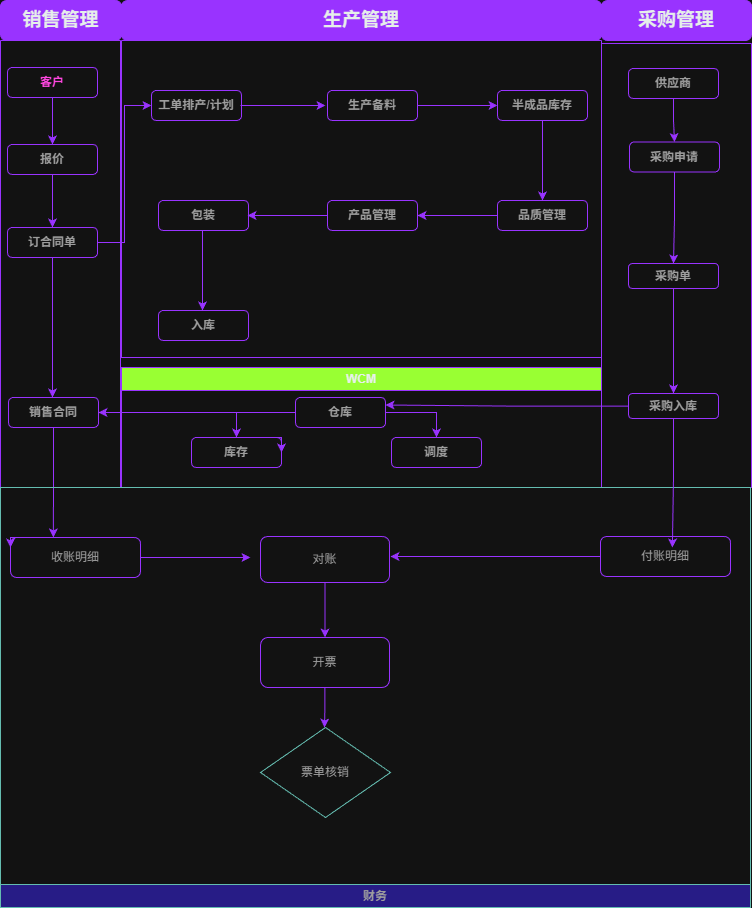
jack-ningtz/KatolecService keeps this draw.io diagram as Service.png. Above is the earlier version. Source tidied: cells renumbered, new cells last; positions are measured from the earlier drawing's top-left corner, leaving out a move shared by most shapes. Source of this version:
```xml
<mxGraphModel>
  <root>
    <mxCell id="0" />
    <mxCell id="1" parent="0" />
    <mxCell id="2" style="swimlane;startSize=0;fontSize=12;textShadow=1;labelBorderColor=default;labelBackgroundColor=none;fontStyle=4;fillColor=none;strokeColor=light-dark(#006658,#9933FF);fontColor=#5C5C5C;" parent="1" vertex="1">
      <mxGeometry x="121" y="40" width="480" height="317" as="geometry" />
    </mxCell>
    <mxCell id="3" style="edgeStyle=orthogonalEdgeStyle;rounded=0;orthogonalLoop=1;jettySize=auto;html=1;labelBackgroundColor=none;strokeColor=light-dark(#006658,#9933FF);fontColor=default;" parent="2" edge="1">
      <mxGeometry relative="1" as="geometry">
        <mxPoint x="119" y="65" as="sourcePoint" />
        <mxPoint x="204" y="65" as="targetPoint" />
      </mxGeometry>
    </mxCell>
    <mxCell id="4" value="&lt;b&gt;工单排产/计划&lt;/b&gt;" style="rounded=1;whiteSpace=wrap;html=1;fillStyle=auto;fontColor=#5C5C5C;labelBackgroundColor=none;fontFamily=Helvetica;fillColor=light-dark(#21C0A5,transparent);strokeColor=light-dark(#006658,#9933FF);" parent="2" vertex="1">
      <mxGeometry x="30" y="50" width="90" height="30" as="geometry" />
    </mxCell>
    <mxCell id="5" style="edgeStyle=orthogonalEdgeStyle;rounded=0;jettySize=auto;html=1;labelBackgroundColor=none;strokeColor=light-dark(#006658,#9933FF);fontColor=default;" parent="2" edge="1" source="6" target="8">
      <mxGeometry relative="1" as="geometry" />
    </mxCell>
    <mxCell id="6" value="&lt;b&gt;生产备料&lt;/b&gt;" style="rounded=1;whiteSpace=wrap;html=1;fillStyle=auto;fontColor=#5C5C5C;labelBackgroundColor=none;fontFamily=Helvetica;fillColor=light-dark(#21C0A5,transparent);strokeColor=light-dark(#006658,#9933FF);" parent="2" vertex="1">
      <mxGeometry x="206" y="50" width="90" height="30" as="geometry" />
    </mxCell>
    <mxCell id="7" style="edgeStyle=orthogonalEdgeStyle;rounded=0;jettySize=auto;html=1;labelBackgroundColor=none;strokeColor=light-dark(#006658,#9933FF);fontColor=default;" parent="2" edge="1" source="8" target="10">
      <mxGeometry relative="1" as="geometry" />
    </mxCell>
    <mxCell id="8" value="&lt;b&gt;半成品库存&lt;/b&gt;" style="rounded=1;whiteSpace=wrap;html=1;fillStyle=auto;fontColor=#5C5C5C;labelBackgroundColor=none;fontFamily=Helvetica;fillColor=light-dark(#21C0A5,transparent);strokeColor=light-dark(#006658,#9933FF);" parent="2" vertex="1">
      <mxGeometry x="376" y="50" width="90" height="30" as="geometry" />
    </mxCell>
    <mxCell id="9" style="edgeStyle=orthogonalEdgeStyle;rounded=0;jettySize=auto;html=1;labelBackgroundColor=none;strokeColor=light-dark(#006658,#9933FF);fontColor=default;" parent="2" edge="1" source="10" target="12">
      <mxGeometry relative="1" as="geometry" />
    </mxCell>
    <mxCell id="10" value="&lt;b&gt;品质管理&lt;/b&gt;" style="rounded=1;whiteSpace=wrap;html=1;fillStyle=auto;fontColor=#5C5C5C;labelBackgroundColor=none;fontFamily=Helvetica;fillColor=light-dark(#21C0A5,transparent);strokeColor=light-dark(#006658,#9933FF);" parent="2" vertex="1">
      <mxGeometry x="376" y="160" width="90" height="30" as="geometry" />
    </mxCell>
    <mxCell id="11" style="edgeStyle=orthogonalEdgeStyle;rounded=0;jettySize=auto;html=1;labelBackgroundColor=none;strokeColor=light-dark(#006658,#9933FF);fontColor=default;" parent="2" edge="1" source="12">
      <mxGeometry relative="1" as="geometry">
        <mxPoint x="126" y="175" as="targetPoint" />
      </mxGeometry>
    </mxCell>
    <mxCell id="12" value="&lt;b&gt;产品管理&lt;/b&gt;" style="rounded=1;whiteSpace=wrap;html=1;fillStyle=auto;fontColor=#5C5C5C;labelBackgroundColor=none;fontFamily=Helvetica;fillColor=light-dark(#21C0A5,transparent);strokeColor=light-dark(#006658,#9933FF);" parent="2" vertex="1">
      <mxGeometry x="206" y="160" width="90" height="30" as="geometry" />
    </mxCell>
    <mxCell id="13" style="edgeStyle=orthogonalEdgeStyle;rounded=0;orthogonalLoop=1;jettySize=auto;html=1;labelBackgroundColor=none;strokeColor=light-dark(#006658,#9933FF);fontColor=default;" parent="2" edge="1">
      <mxGeometry relative="1" as="geometry">
        <mxPoint x="81" y="190" as="sourcePoint" />
        <mxPoint x="81" y="270" as="targetPoint" />
      </mxGeometry>
    </mxCell>
    <mxCell id="14" value="&lt;b&gt;包装&lt;/b&gt;" style="rounded=1;whiteSpace=wrap;html=1;fillStyle=auto;fontColor=#5C5C5C;labelBackgroundColor=none;fontFamily=Helvetica;fillColor=light-dark(#21C0A5,transparent);strokeColor=light-dark(#006658,#9933FF);" parent="2" vertex="1">
      <mxGeometry x="37" y="160" width="90" height="30" as="geometry" />
    </mxCell>
    <mxCell id="15" value="&lt;b&gt;入库&lt;/b&gt;" style="rounded=1;whiteSpace=wrap;html=1;fillStyle=auto;fontColor=#5C5C5C;labelBackgroundColor=none;fontFamily=Helvetica;fillColor=light-dark(#21C0A5,transparent);strokeColor=light-dark(#006658,#9933FF);" parent="2" vertex="1">
      <mxGeometry x="37" y="270" width="90" height="30" as="geometry" />
    </mxCell>
    <mxCell id="16" value="&lt;font style=&quot;font-size: 19px;&quot;&gt;生产管理&lt;/font&gt;" style="rounded=1;whiteSpace=wrap;html=1;fillStyle=auto;fontColor=light-dark(#5C5C5C, #e6efea);labelBackgroundColor=none;fillColor=light-dark(#21C0A5,#9933FF);strokeColor=light-dark(#006658,#9933FF);fontStyle=1;" parent="1" vertex="1">
      <mxGeometry x="121" width="480" height="40" as="geometry" />
    </mxCell>
    <mxCell id="17" style="swimlane;startSize=0;labelBackgroundColor=none;fillColor=#21C0A5;strokeColor=light-dark(#006658,#9933FF);fontColor=#5C5C5C;" parent="1" vertex="1" collapsed="1">
      <mxGeometry y="40" width="120" height="447" as="geometry" />
    </mxCell>
    <mxCell id="18" style="edgeStyle=orthogonalEdgeStyle;rounded=0;jettySize=auto;html=1;strokeColor=light-dark(#006658,#9933FF);fontColor=#5C5C5C;fillColor=#21C0A5;labelBackgroundColor=none;" parent="1" edge="1" source="19" target="23">
      <mxGeometry relative="1" as="geometry" />
    </mxCell>
    <mxCell id="19" value="&lt;b&gt;&lt;font style=&quot;color: light-dark(rgb(0, 0, 0), rgb(255, 70, 224)); --darkreader-inline-color: var(--darkreader-text-ff46e0, #ff4be1);&quot;&gt;客户&lt;/font&gt;&lt;/b&gt;" style="rounded=1;whiteSpace=wrap;html=1;fillStyle=auto;fontColor=light-dark(#5C5C5C,#E6EFEA);labelBackgroundColor=none;fontFamily=Helvetica;fillColor=none;strokeColor=light-dark(#006658,#9933FF);" parent="1" vertex="1">
      <mxGeometry x="7" y="67" width="90" height="30" as="geometry" />
    </mxCell>
    <mxCell id="20" value="&lt;span&gt;WCM&lt;/span&gt;" style="swimlane;whiteSpace=wrap;html=1;labelBackgroundColor=none;fillColor=light-dark(#21C0A5,#99FF33);strokeColor=light-dark(#006658,#9933FF);fontColor=light-dark(#5C5C5C,#E6EFEA);" parent="1" vertex="1">
      <mxGeometry x="121" y="367" width="480" height="120" as="geometry" />
    </mxCell>
    <mxCell id="21" value="&lt;b&gt;仓库&lt;/b&gt;" style="rounded=1;whiteSpace=wrap;html=1;fillStyle=auto;fontColor=#5C5C5C;labelBackgroundColor=none;fontFamily=Helvetica;fillColor=light-dark(#21C0A5,transparent);strokeColor=light-dark(#006658,#9933FF);" parent="20" vertex="1">
      <mxGeometry x="174" y="30" width="90" height="30" as="geometry" />
    </mxCell>
    <mxCell id="22" style="edgeStyle=orthogonalEdgeStyle;rounded=0;jettySize=auto;html=1;strokeColor=light-dark(#006658,#9933FF);fontColor=#5C5C5C;fillColor=#21C0A5;labelBackgroundColor=none;" parent="1" edge="1" source="23" target="26">
      <mxGeometry relative="1" as="geometry" />
    </mxCell>
    <mxCell id="23" value="&lt;b&gt;报价&lt;/b&gt;" style="rounded=1;whiteSpace=wrap;html=1;fillStyle=auto;fontColor=#5C5C5C;labelBackgroundColor=none;fontFamily=Helvetica;fillColor=light-dark(#21C0A5,transparent);strokeColor=light-dark(#006658,#9933FF);" parent="1" vertex="1">
      <mxGeometry x="7" y="144" width="90" height="30" as="geometry" />
    </mxCell>
    <mxCell id="24" style="edgeStyle=orthogonalEdgeStyle;rounded=0;jettySize=auto;html=1;strokeColor=light-dark(#006658,#9933FF);fontColor=#5C5C5C;fillColor=#21C0A5;entryX=0;entryY=0.5;entryDx=0;entryDy=0;labelBackgroundColor=none;" parent="1" edge="1" source="26" target="4">
      <mxGeometry relative="1" as="geometry" />
    </mxCell>
    <mxCell id="25" style="edgeStyle=orthogonalEdgeStyle;rounded=0;jettySize=auto;html=1;strokeColor=light-dark(#006658,#9933FF);fontColor=#5C5C5C;fillColor=#21C0A5;labelBackgroundColor=none;" parent="1" edge="1" source="26">
      <mxGeometry relative="1" as="geometry">
        <mxPoint x="52" y="397" as="targetPoint" />
      </mxGeometry>
    </mxCell>
    <mxCell id="26" value="&lt;b&gt;订合同单&lt;/b&gt;" style="rounded=1;whiteSpace=wrap;html=1;fillStyle=auto;fontColor=#5C5C5C;labelBackgroundColor=none;fontFamily=Helvetica;fillColor=light-dark(#21C0A5,transparent);strokeColor=light-dark(#006658,#9933FF);" parent="1" vertex="1">
      <mxGeometry x="7" y="227" width="90" height="30" as="geometry" />
    </mxCell>
    <mxCell id="27" style="edgeStyle=orthogonalEdgeStyle;rounded=0;jettySize=auto;html=1;exitX=0.5;exitY=1;exitDx=0;exitDy=0;strokeColor=light-dark(#006658,#9933FF);fontColor=#5C5C5C;fillColor=#21C0A5;labelBackgroundColor=none;" parent="1" edge="1" source="28">
      <mxGeometry relative="1" as="geometry">
        <mxPoint x="52.9" y="537" as="targetPoint" />
      </mxGeometry>
    </mxCell>
    <mxCell id="28" value="&lt;b&gt;销售合同&lt;/b&gt;" style="rounded=1;whiteSpace=wrap;html=1;fillStyle=auto;fontColor=#5C5C5C;labelBackgroundColor=none;fontFamily=Helvetica;fillColor=light-dark(#21C0A5,transparent);strokeColor=light-dark(#006658,#9933FF);" parent="1" vertex="1">
      <mxGeometry x="8" y="397" width="90" height="30" as="geometry" />
    </mxCell>
    <mxCell id="29" value="&lt;font style=&quot;font-size: 19px;&quot;&gt;采购管理&lt;/font&gt;" style="rounded=1;whiteSpace=wrap;html=1;fillStyle=auto;fontColor=light-dark(#5C5C5C,#E6EFEA);labelBackgroundColor=none;fillColor=light-dark(#21C0A5,#9933FF);strokeColor=light-dark(#006658,#9933FF);fontStyle=1;" parent="1" vertex="1">
      <mxGeometry x="601" width="150" height="40" as="geometry" />
    </mxCell>
    <mxCell id="30" style="swimlane;startSize=0;strokeColor=light-dark(#006658,#9933FF);fontColor=#5C5C5C;fillColor=#21C0A5;labelBackgroundColor=none;" parent="1" vertex="1">
      <mxGeometry x="601" y="43" width="150" height="444" as="geometry" />
    </mxCell>
    <mxCell id="31" style="edgeStyle=orthogonalEdgeStyle;rounded=0;jettySize=auto;html=1;strokeColor=light-dark(#006658,#9933FF);fontColor=#5C5C5C;fillColor=#21C0A5;labelBackgroundColor=none;" parent="30" edge="1" source="32" target="34">
      <mxGeometry relative="1" as="geometry" />
    </mxCell>
    <mxCell id="32" value="&lt;b&gt;供应商&lt;/b&gt;" style="rounded=1;whiteSpace=wrap;html=1;fillStyle=auto;fontColor=#5C5C5C;labelBackgroundColor=none;fontFamily=Helvetica;fillColor=light-dark(#21C0A5,transparent);strokeColor=light-dark(#006658,#9933FF);" parent="30" vertex="1">
      <mxGeometry x="27" y="25" width="90" height="30" as="geometry" />
    </mxCell>
    <mxCell id="33" style="edgeStyle=orthogonalEdgeStyle;rounded=0;jettySize=auto;html=1;entryX=0.5;entryY=0;entryDx=0;entryDy=0;strokeColor=light-dark(#006658,#9933FF);fontColor=#5C5C5C;fillColor=#21C0A5;labelBackgroundColor=none;" parent="30" edge="1" source="34" target="36">
      <mxGeometry relative="1" as="geometry" />
    </mxCell>
    <mxCell id="34" value="&lt;b&gt;采购申请&lt;/b&gt;" style="rounded=1;whiteSpace=wrap;html=1;fillStyle=auto;fontColor=#5C5C5C;labelBackgroundColor=none;fontFamily=Helvetica;fillColor=light-dark(#21C0A5,transparent);strokeColor=light-dark(#006658,#9933FF);" parent="30" vertex="1">
      <mxGeometry x="28" y="98.5" width="90" height="30" as="geometry" />
    </mxCell>
    <mxCell id="35" style="edgeStyle=orthogonalEdgeStyle;rounded=0;jettySize=auto;html=1;exitX=0.5;exitY=1;exitDx=0;exitDy=0;entryX=0.5;entryY=0;entryDx=0;entryDy=0;strokeColor=light-dark(#006658,#9933FF);fontColor=#5C5C5C;fillColor=#21C0A5;labelBackgroundColor=none;" parent="30" edge="1" source="36" target="37">
      <mxGeometry relative="1" as="geometry" />
    </mxCell>
    <mxCell id="36" value="&lt;b&gt;采购单&lt;/b&gt;" style="rounded=1;whiteSpace=wrap;html=1;fillStyle=auto;fontColor=#5C5C5C;labelBackgroundColor=none;fontFamily=Helvetica;fillColor=light-dark(#21C0A5,transparent);strokeColor=light-dark(#006658,#9933FF);" parent="30" vertex="1">
      <mxGeometry x="27" y="220" width="90" height="25" as="geometry" />
    </mxCell>
    <mxCell id="37" value="&lt;b&gt;采购入库&lt;/b&gt;" style="rounded=1;whiteSpace=wrap;html=1;fillStyle=auto;fontColor=#5C5C5C;labelBackgroundColor=none;fontFamily=Helvetica;fillColor=light-dark(#21C0A5,transparent);strokeColor=light-dark(#006658,#9933FF);" parent="30" vertex="1">
      <mxGeometry x="27" y="350" width="90" height="25" as="geometry" />
    </mxCell>
    <mxCell id="38" value="&lt;b&gt;库存&lt;/b&gt;" style="rounded=1;whiteSpace=wrap;html=1;fillStyle=auto;fontColor=#5C5C5C;labelBackgroundColor=none;fontFamily=Helvetica;fillColor=light-dark(#21C0A5,transparent);strokeColor=light-dark(#006658,#9933FF);" parent="1" vertex="1">
      <mxGeometry x="191" y="437" width="90" height="30" as="geometry" />
    </mxCell>
    <mxCell id="39" value="&lt;b&gt;调度&lt;/b&gt;" style="rounded=1;whiteSpace=wrap;html=1;fillStyle=auto;fontColor=#5C5C5C;labelBackgroundColor=none;fontFamily=Helvetica;fillColor=light-dark(#21C0A5,transparent);strokeColor=light-dark(#006658,#9933FF);" parent="1" vertex="1">
      <mxGeometry x="391" y="437" width="90" height="30" as="geometry" />
    </mxCell>
    <mxCell id="40" style="edgeStyle=orthogonalEdgeStyle;rounded=0;orthogonalLoop=1;jettySize=auto;html=1;exitX=0.75;exitY=0;exitDx=0;exitDy=0;entryX=1;entryY=0.5;entryDx=0;entryDy=0;strokeColor=light-dark(#006658,#9933FF);fontColor=#5C5C5C;fillColor=#21C0A5;labelBackgroundColor=none;" parent="1" edge="1" source="38" target="38">
      <mxGeometry relative="1" as="geometry" />
    </mxCell>
    <mxCell id="41" style="edgeStyle=orthogonalEdgeStyle;rounded=0;jettySize=auto;html=1;strokeColor=light-dark(#006658,#9933FF);fontColor=#5C5C5C;fillColor=#21C0A5;labelBackgroundColor=none;" parent="1" edge="1" source="21" target="28">
      <mxGeometry relative="1" as="geometry" />
    </mxCell>
    <mxCell id="42" style="edgeStyle=orthogonalEdgeStyle;rounded=0;jettySize=auto;html=1;entryX=0.5;entryY=0;entryDx=0;entryDy=0;strokeColor=light-dark(#006658,#9933FF);fontColor=#5C5C5C;fillColor=#21C0A5;labelBackgroundColor=none;" parent="1" edge="1" source="21" target="39">
      <mxGeometry relative="1" as="geometry" />
    </mxCell>
    <mxCell id="43" style="edgeStyle=orthogonalEdgeStyle;rounded=0;jettySize=auto;html=1;strokeColor=light-dark(#006658,#9933FF);fontColor=#5C5C5C;fillColor=#21C0A5;labelBackgroundColor=none;" parent="1" edge="1" source="21" target="38">
      <mxGeometry relative="1" as="geometry" />
    </mxCell>
    <mxCell id="44" style="edgeStyle=orthogonalEdgeStyle;rounded=0;orthogonalLoop=1;jettySize=auto;html=1;exitX=0.5;exitY=1;exitDx=0;exitDy=0;strokeColor=light-dark(#006658,#9933FF);fontColor=#5C5C5C;fillColor=#21C0A5;labelBackgroundColor=none;" parent="1" edge="1" source="30" target="30">
      <mxGeometry relative="1" as="geometry" />
    </mxCell>
    <mxCell id="45" style="edgeStyle=orthogonalEdgeStyle;rounded=0;jettySize=auto;html=1;entryX=1;entryY=0.25;entryDx=0;entryDy=0;strokeColor=light-dark(#006658,#9933FF);fontColor=#5C5C5C;fillColor=#21C0A5;labelBackgroundColor=none;" parent="1" edge="1" source="37" target="21">
      <mxGeometry relative="1" as="geometry" />
    </mxCell>
    <mxCell id="46" value="财务" style="swimlane;whiteSpace=wrap;html=1;strokeColor=#006658;fontColor=#5C5C5C;fillColor=light-dark(#21C0A5,#271C86);direction=west;" parent="1" vertex="1">
      <mxGeometry y="487" width="750" height="420" as="geometry" />
    </mxCell>
    <mxCell id="47" style="edgeStyle=orthogonalEdgeStyle;rounded=0;jettySize=auto;html=1;strokeColor=light-dark(#006658,#9933FF);fontColor=#5C5C5C;fillColor=#21C0A5;labelBackgroundColor=none;" parent="46" edge="1" source="48">
      <mxGeometry relative="1" as="geometry">
        <mxPoint x="250" y="70" as="targetPoint" />
      </mxGeometry>
    </mxCell>
    <mxCell id="48" value="收账明细" style="rounded=1;whiteSpace=wrap;html=1;fillStyle=auto;fontColor=#5C5C5C;labelBackgroundColor=none;fontFamily=Helvetica;fillColor=light-dark(#21C0A5,transparent);strokeColor=light-dark(#006658,#9933FF);" parent="46" vertex="1">
      <mxGeometry x="10" y="50" width="130" height="40" as="geometry" />
    </mxCell>
    <mxCell id="49" style="edgeStyle=orthogonalEdgeStyle;rounded=0;orthogonalLoop=1;jettySize=auto;html=1;exitX=0.25;exitY=0;exitDx=0;exitDy=0;entryX=0;entryY=0.25;entryDx=0;entryDy=0;strokeColor=light-dark(#006658,#9933FF);fontColor=#5C5C5C;fillColor=#21C0A5;labelBackgroundColor=none;" parent="46" edge="1" source="48" target="48">
      <mxGeometry relative="1" as="geometry" />
    </mxCell>
    <mxCell id="50" style="edgeStyle=orthogonalEdgeStyle;rounded=0;jettySize=auto;html=1;strokeColor=light-dark(#006658,#9933FF);fontColor=#5C5C5C;fillColor=#21C0A5;labelBackgroundColor=none;" parent="46" edge="1" source="51" target="53">
      <mxGeometry relative="1" as="geometry" />
    </mxCell>
    <mxCell id="51" value="对账" style="rounded=1;whiteSpace=wrap;html=1;fillStyle=auto;fontColor=#5C5C5C;labelBackgroundColor=none;fontFamily=Helvetica;fillColor=light-dark(#21C0A5,transparent);strokeColor=light-dark(#006658,#9933FF);" parent="46" vertex="1">
      <mxGeometry x="260" y="49" width="129" height="46" as="geometry" />
    </mxCell>
    <mxCell id="52" style="edgeStyle=orthogonalEdgeStyle;rounded=0;jettySize=auto;html=1;strokeColor=light-dark(#006658,#9933FF);fontColor=#5C5C5C;fillColor=#21C0A5;labelBackgroundColor=none;" parent="46" edge="1" source="53">
      <mxGeometry relative="1" as="geometry">
        <mxPoint x="324" y="240" as="targetPoint" />
      </mxGeometry>
    </mxCell>
    <mxCell id="53" value="开票" style="rounded=1;whiteSpace=wrap;html=1;fillStyle=auto;fontColor=#5C5C5C;labelBackgroundColor=none;fontFamily=Helvetica;fillColor=light-dark(#21C0A5,transparent);strokeColor=light-dark(#006658,#9933FF);" parent="46" vertex="1">
      <mxGeometry x="260" y="150" width="129" height="50" as="geometry" />
    </mxCell>
    <mxCell id="54" value="票单核销" style="rhombus;whiteSpace=wrap;html=1;strokeColor=#006658;fontColor=#5C5C5C;fillColor=light-dark(#21C0A5,transparent);" parent="46" vertex="1">
      <mxGeometry x="260" y="240" width="130" height="90" as="geometry" />
    </mxCell>
    <mxCell id="55" style="edgeStyle=orthogonalEdgeStyle;rounded=0;jettySize=auto;html=1;strokeColor=light-dark(#006658,#9933FF);fontColor=#5C5C5C;fillColor=#21C0A5;labelBackgroundColor=none;" parent="46" edge="1" source="56">
      <mxGeometry relative="1" as="geometry">
        <mxPoint x="390" y="69" as="targetPoint" />
      </mxGeometry>
    </mxCell>
    <mxCell id="56" value="付账明细" style="rounded=1;whiteSpace=wrap;html=1;fillStyle=auto;fontColor=#5C5C5C;labelBackgroundColor=none;fontFamily=Helvetica;fillColor=light-dark(#21C0A5,transparent);strokeColor=light-dark(#006658,#9933FF);" parent="46" vertex="1">
      <mxGeometry x="600" y="49" width="130" height="40" as="geometry" />
    </mxCell>
    <mxCell id="57" style="edgeStyle=orthogonalEdgeStyle;rounded=0;jettySize=auto;html=1;exitX=0.5;exitY=1;exitDx=0;exitDy=0;entryX=0.553;entryY=0.275;entryDx=0;entryDy=0;entryPerimeter=0;strokeColor=light-dark(#006658,#9933FF);fontColor=#5C5C5C;fillColor=#21C0A5;labelBackgroundColor=none;" parent="1" edge="1" source="37" target="56">
      <mxGeometry relative="1" as="geometry" />
    </mxCell>
    <mxCell id="58" value="&lt;font style=&quot;font-size: 19px;&quot;&gt;销售管理&lt;/font&gt;" style="rounded=1;whiteSpace=wrap;html=1;fillStyle=auto;fontColor=light-dark(#5C5C5C,#E6EFEA);labelBackgroundColor=none;fillColor=light-dark(#21C0A5,#9933FF);strokeColor=light-dark(#006658,#9933FF);fontStyle=1;" parent="1" vertex="1">
      <mxGeometry width="121" height="40" as="geometry" />
    </mxCell>
  </root>
</mxGraphModel>
```
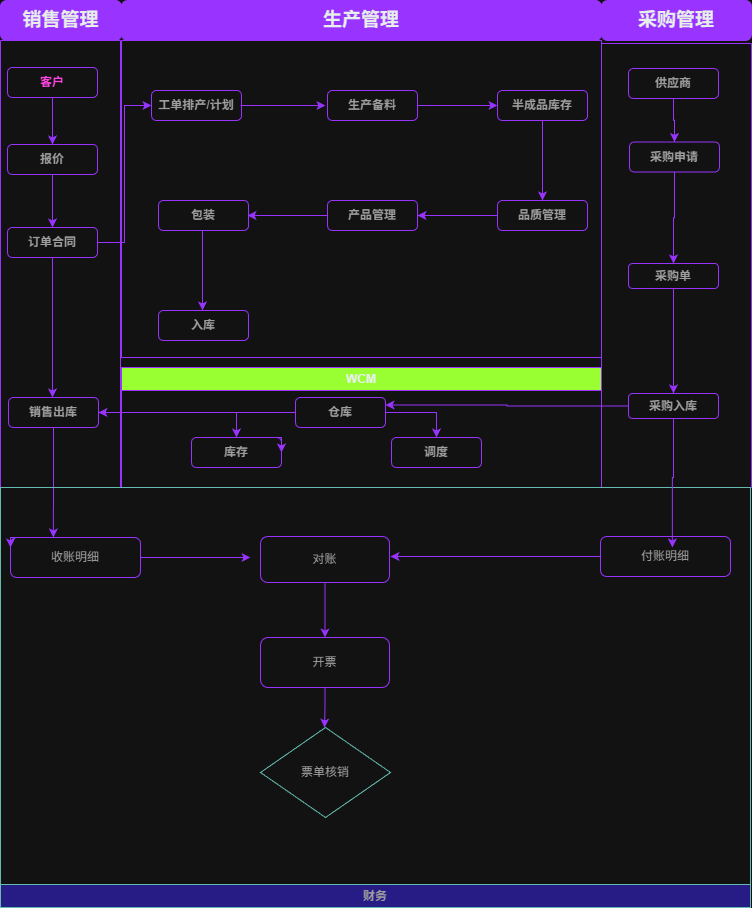
After the commit.

Diff of the diagram source:
```diff
@@ -84,7 +84,7 @@
         <mxPoint x="52" y="397" as="targetPoint" />
       </mxGeometry>
     </mxCell>
-    <mxCell id="26" value="&lt;b&gt;订合同单&lt;/b&gt;" style="rounded=1;whiteSpace=wrap;html=1;fillStyle=auto;fontColor=#5C5C5C;labelBackgroundColor=none;fontFamily=Helvetica;fillColor=light-dark(#21C0A5,transparent);strokeColor=light-dark(#006658,#9933FF);" parent="1" vertex="1">
+    <mxCell id="26" value="&lt;b&gt;订单&lt;/b&gt;&lt;b style=&quot;scrollbar-color: rgb(69, 74, 77) rgb(32, 35, 36); border-color: rgb(48, 52, 54) !important; --darkreader-inline-border-top: var(--darkreader-border-303436, #7b7265); --darkreader-inline-border-right: var(--darkreader-border-303436, #7b7265); --darkreader-inline-border-bottom: var(--darkreader-border-303436, #7b7265); --darkreader-inline-border-left: var(--darkreader-border-303436, #7b7265);&quot;&gt;合同&lt;/b&gt;" style="rounded=1;whiteSpace=wrap;html=1;fillStyle=auto;fontColor=#5C5C5C;labelBackgroundColor=none;fontFamily=Helvetica;fillColor=light-dark(#21C0A5,transparent);strokeColor=light-dark(#006658,#9933FF);" parent="1" vertex="1">
       <mxGeometry x="7" y="227" width="90" height="30" as="geometry" />
     </mxCell>
     <mxCell id="27" style="edgeStyle=orthogonalEdgeStyle;rounded=0;jettySize=auto;html=1;exitX=0.5;exitY=1;exitDx=0;exitDy=0;strokeColor=light-dark(#006658,#9933FF);fontColor=#5C5C5C;fillColor=#21C0A5;labelBackgroundColor=none;" parent="1" edge="1" source="28">
@@ -92,7 +92,7 @@
         <mxPoint x="52.9" y="537" as="targetPoint" />
       </mxGeometry>
     </mxCell>
-    <mxCell id="28" value="&lt;b&gt;销售合同&lt;/b&gt;" style="rounded=1;whiteSpace=wrap;html=1;fillStyle=auto;fontColor=#5C5C5C;labelBackgroundColor=none;fontFamily=Helvetica;fillColor=light-dark(#21C0A5,transparent);strokeColor=light-dark(#006658,#9933FF);" parent="1" vertex="1">
+    <mxCell id="28" value="&lt;b&gt;销售出库&lt;/b&gt;" style="rounded=1;whiteSpace=wrap;html=1;fillStyle=auto;fontColor=#5C5C5C;labelBackgroundColor=none;fontFamily=Helvetica;fillColor=light-dark(#21C0A5,transparent);strokeColor=light-dark(#006658,#9933FF);" parent="1" vertex="1">
       <mxGeometry x="8" y="397" width="90" height="30" as="geometry" />
     </mxCell>
     <mxCell id="29" value="&lt;font style=&quot;font-size: 19px;&quot;&gt;采购管理&lt;/font&gt;" style="rounded=1;whiteSpace=wrap;html=1;fillStyle=auto;fontColor=light-dark(#5C5C5C,#E6EFEA);labelBackgroundColor=none;fillColor=light-dark(#21C0A5,#9933FF);strokeColor=light-dark(#006658,#9933FF);fontStyle=1;" parent="1" vertex="1">
```
